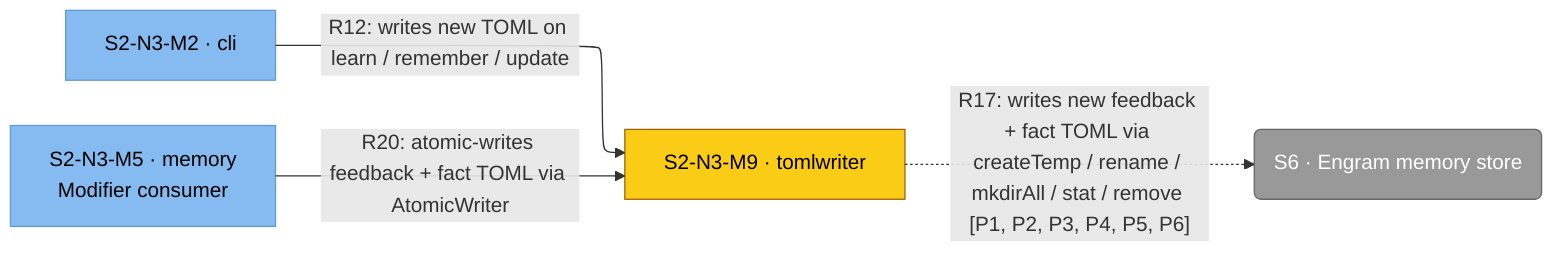
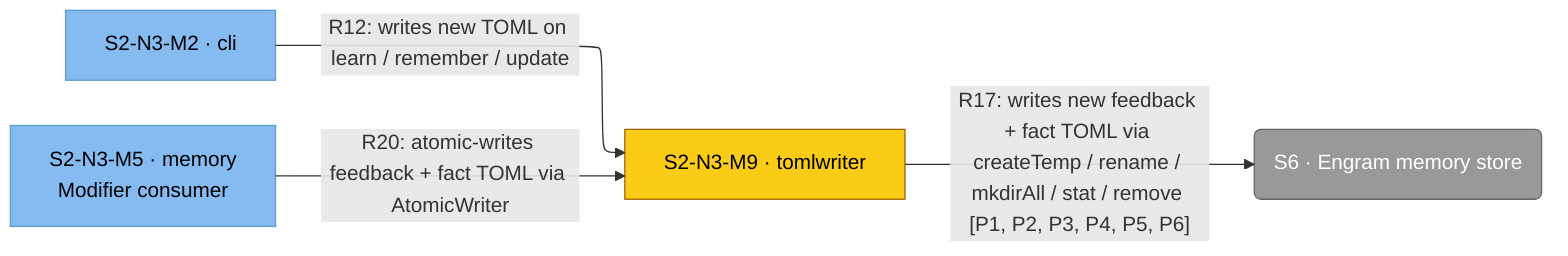
%%{init: {'flowchart': {'defaultRenderer': 'elk'}}}%%
flowchart LR
    classDef person      fill:#08427b,stroke:#052e56,color:#fff
    classDef external    fill:#999,   stroke:#666,   color:#fff
    classDef container   fill:#1168bd,stroke:#0b4884,color:#fff
    classDef component   fill:#85bbf0,stroke:#5d9bd1,color:#000
    classDef focus       fill:#facc15,stroke:#a16207,color:#000

    s2-n3-m9["S2-N3-M9 · tomlwriter"]
    s2-n3-m2["S2-N3-M2 · cli"]
    s2-n3-m5["S2-N3-M5 · memory<br/>Modifier consumer"]
    s6("S6 · Engram memory store")

    s2-n3-m2 -->|"R12: writes new TOML on learn / remember / update"| s2-n3-m9
    s2-n3-m5 -->|"R20: atomic-writes feedback + fact TOML via AtomicWriter"| s2-n3-m9
-     s2-n3-m9 -.->|"R17: writes new feedback + fact TOML via createTemp / rename / mkdirAll / stat / remove [P1, P2, P3, P4, P5, P6]"| s6
+     s2-n3-m9 -->|"R17: writes new feedback + fact TOML via createTemp / rename / mkdirAll / stat / remove [P1, P2, P3, P4, P5, P6]"| s6

    class s6 external
    class s2-n3-m2,s2-n3-m5 component
    class s2-n3-m9 focus
